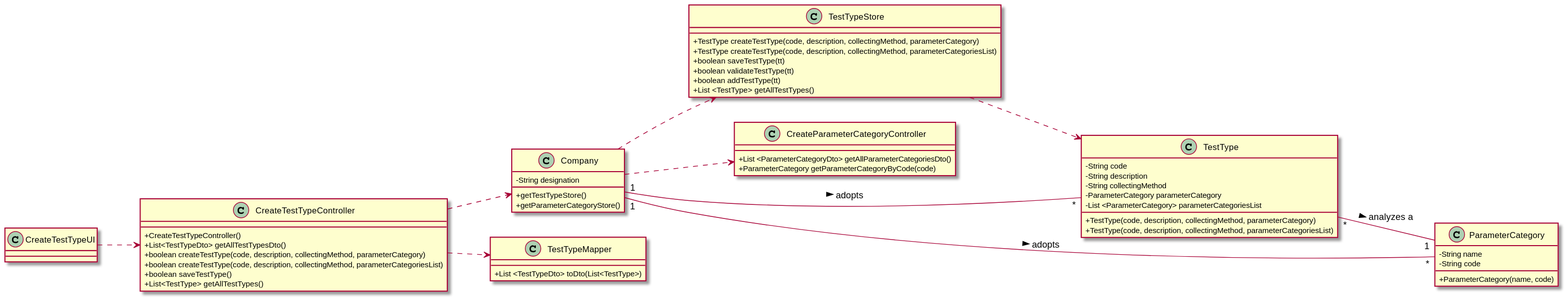
Earlier version of the PlantUML export docs/SprintC/US09/US09-CD.svg (0franciscor/lei-21-s2-1de-g19).
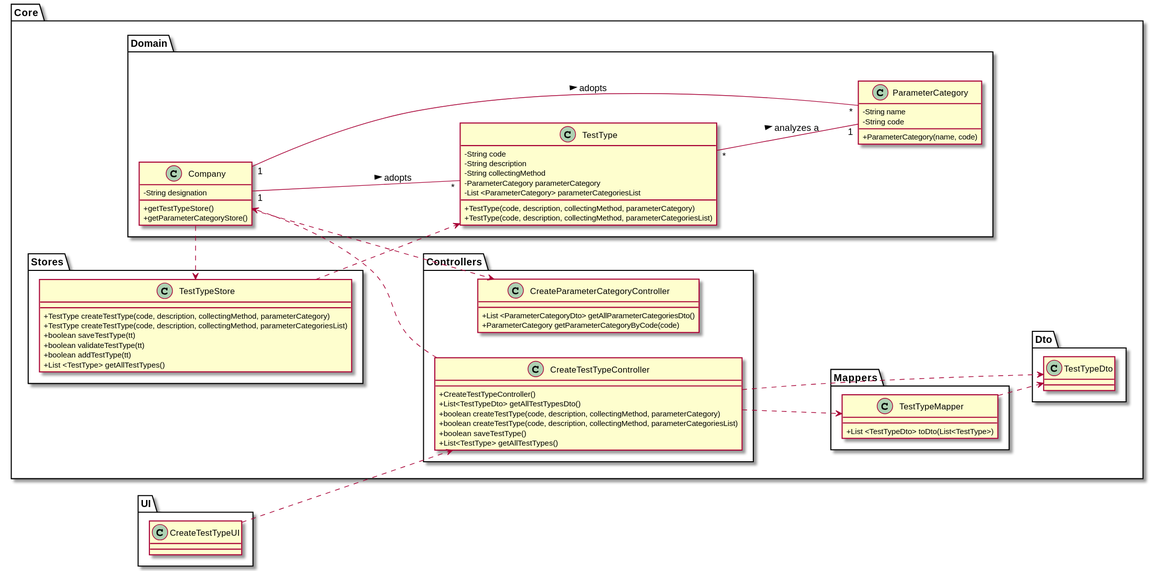
After the change.

Commit message:
[US09] - Inclusão de Packages no CD (class diagram)

Change to the diagram source:
```diff
@@ -2,28 +2,19 @@
 skinparam classAttributeIconSize 0
 left to right direction
 
+package Core{
+
+package Domain{
 class "Company" as C {
 -String designation
 +getTestTypeStore()
 +getParameterCategoryStore()
 }
 
-class "TestTypeMapper" as ttM{
-+List <TestTypeDto> toDto(List<TestType>)
-}
-
-class "TestTypeStore" as TTS{
-+TestType createTestType(code, description, collectingMethod, parameterCategory)
-+TestType createTestType(code, description, collectingMethod, parameterCategoriesList)
-+boolean saveTestType(tt)
-+boolean validateTestType(tt)
-+boolean addTestType(tt)
-+List <TestType> getAllTestTypes()
-}
-
-class "CreateParameterCategoryController" as PCS{
-+List <ParameterCategoryDto> getAllParameterCategoriesDto()
-+ParameterCategory getParameterCategoryByCode(code)
+class "ParameterCategory" as PC{
+-String name
+-String code
++ParameterCategory(name, code)
 }
 
 class "TestType" as TT {
@@ -36,6 +27,24 @@
 +TestType(code, description, collectingMethod, parameterCategoriesList)
 }
 
+}
+
+
+
+package Stores{
+class "TestTypeStore" as TTS{
++TestType createTestType(code, description, collectingMethod, parameterCategory)
++TestType createTestType(code, description, collectingMethod, parameterCategoriesList)
++boolean saveTestType(tt)
++boolean validateTestType(tt)
++boolean addTestType(tt)
++List <TestType> getAllTestTypes()
+}
+}
+
+
+
+package Controllers{
 class "CreateTestTypeController" as CTTC {
 +CreateTestTypeController()
 +List<TestTypeDto> getAllTestTypesDto()
@@ -45,28 +54,40 @@
 +List<TestType> getAllTestTypes()
 }
 
-class "ParameterCategory" as PC{
--String name
--String code
-+ParameterCategory(name, code)
+
+
+class "CreateParameterCategoryController" as PCS{
++List <ParameterCategoryDto> getAllParameterCategoriesDto()
++ParameterCategory getParameterCategoryByCode(code)
 }
 
+}
+
+package Mappers{
+class "TestTypeMapper" as ttM{
++List <TestTypeDto> toDto(List<TestType>)
+}
+}
+
+
+package Dto{
+class "TestTypeDto" as ttDto
+}
+}
+
+package UI{
 class "CreateTestTypeUI" as CTTUI
-class "TestType" as TT
-class "CreateTestTypeController" as CTTC
+}
 
 CTTUI ..> CTTC
-
 C ..> PCS
-
 C ..> TTS
-
-
 CTTC ..> C
 CTTC ..> ttM
-
+CTTC ..> ttDto
 TT "*" -- "1" PC : > analyzes a
 TTS ..> TT
+ttM ..> ttDto
 
 C "1" -- "*" TT : > adopts
 C "1" -- "*" PC : > adopts
```
